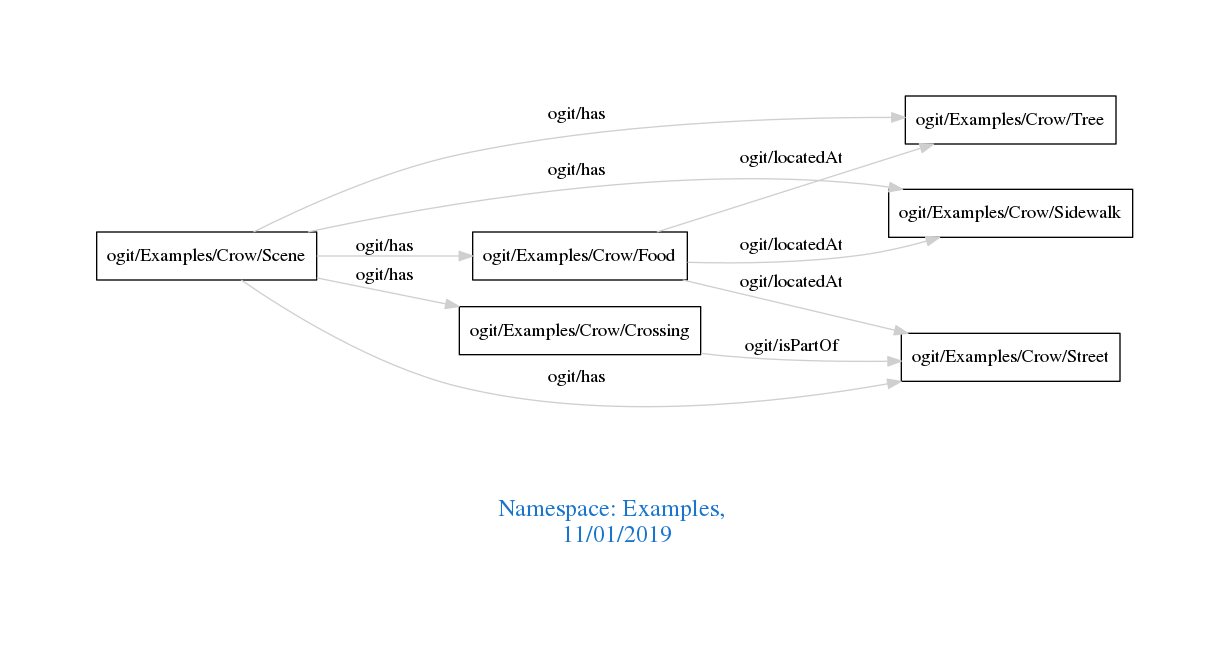
arago/OGIT keeps this Graphviz diagram as downloads/Examples.png. Above is the earlier version. Its source is kept beside it as downloads/Examples.dot.
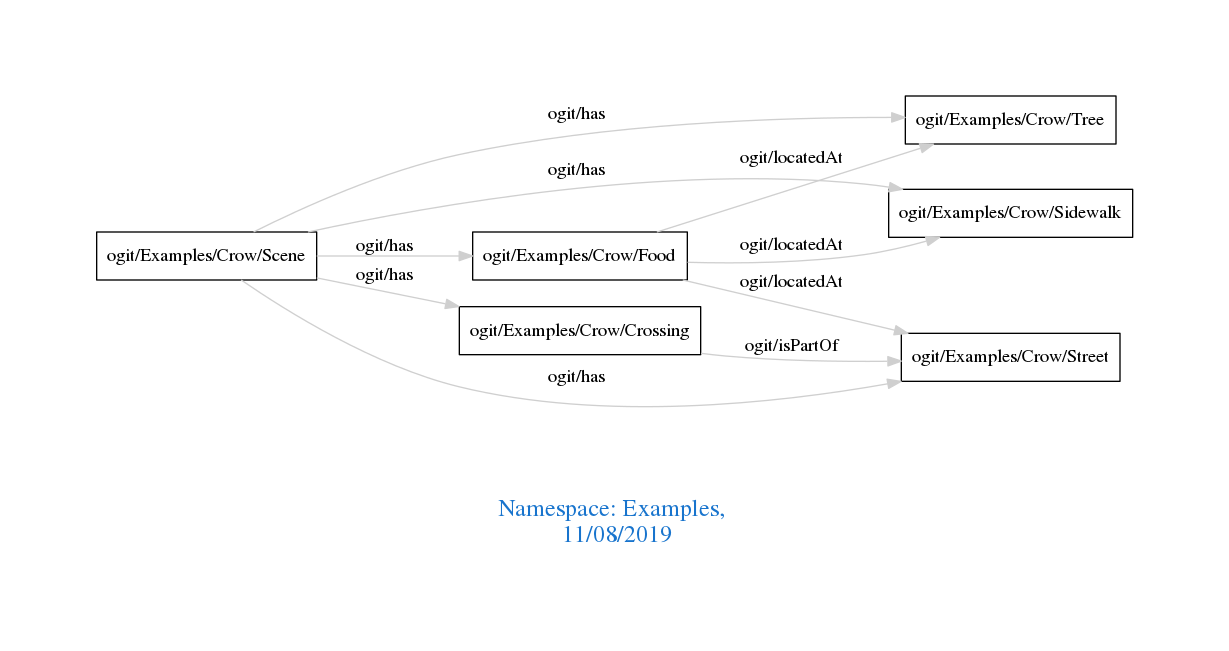
Later version of the same file.

What changed in the source:
```diff
@@ -1,7 +1,7 @@
 digraph OGIT_ontology {
  graph [ rankdir= LR,pad=1
 fontsize = 18,
-fontcolor= dodgerblue3,label = "\n\n\nNamespace: Examples, \n 11/01/2019"];
+fontcolor= dodgerblue3,label = "\n\n\nNamespace: Examples, \n 11/08/2019"];
 node[shape=polygon];
 edge [  color="gray81"];
 
```
